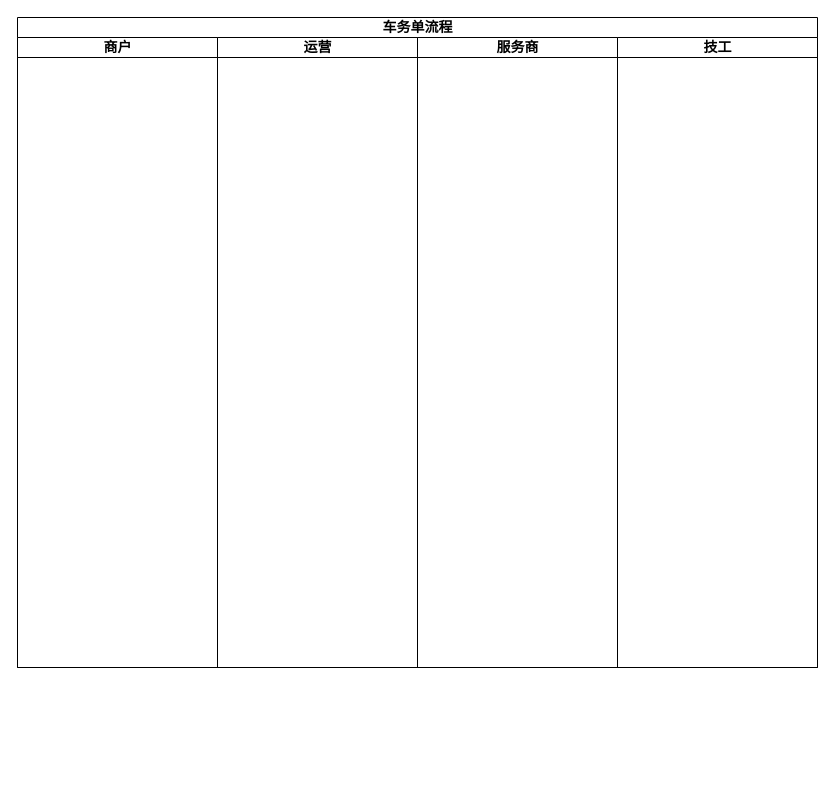
Before: page "包活干-2.0.0" (2 of 2) of diagram-bao_huo_gan.drawio in Woobhurk/tyz-pic-repo, a draw.io diagram. Source tidied: cells renumbered, new cells numbered last; positions are measured from the earlier drawing's top-left corner, leaving out a move shared by most shapes. Both pictures are drawn from the tidied source at 100%, with x=0, y=0 at pixel (17, 17).
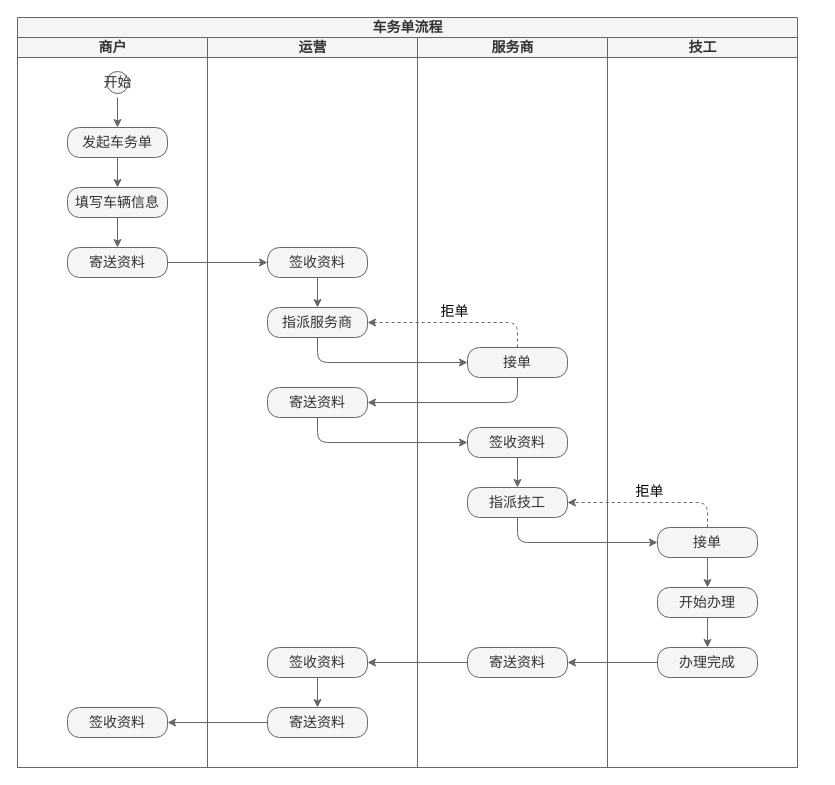
The same page after the edit.

What changed in the source:
```diff
@@
-    <mxCell id="2" value="车务单流程" style="swimlane;html=1;startSize=20;fontSize=14;" parent="1" vertex="1">
-      <mxGeometry width="800" height="650" as="geometry" />
+    <mxCell id="2" value="车务单流程" style="swimlane;html=1;startSize=20;fontSize=14;fillColor=#f5f5f5;strokeColor=#666666;fontColor=#333333;" parent="1" vertex="1">
+      <mxGeometry width="780" height="750" as="geometry" />
     </mxCell>
-    <mxCell id="3" value="商户" style="swimlane;html=1;startSize=20;fontSize=14;" parent="2" vertex="1">
-      <mxGeometry y="20" width="200" height="630" as="geometry" />
+    <mxCell id="3" value="商户" style="swimlane;html=1;startSize=20;fontSize=14;fillColor=#f5f5f5;strokeColor=#666666;fontColor=#333333;" parent="2" vertex="1">
+      <mxGeometry y="20" width="190" height="730" as="geometry" />
     </mxCell>
+    <mxCell id="7" style="html=1;verticalAlign=bottom;endArrow=classic;fontSize=14;startArrow=none;startFill=0;endFill=1;edgeStyle=orthogonalEdgeStyle;rounded=1;fillColor=#f5f5f5;strokeColor=#666666;" parent="3" edge="1" source="9" target="8">
+      <mxGeometry relative="1" as="geometry" />
+    </mxCell>
+    <mxCell id="8" value="发起车务单" style="rounded=1;whiteSpace=wrap;html=1;arcSize=40;sketch=0;fontSize=14;fillColor=#f5f5f5;strokeColor=#666666;fontColor=#333333;" parent="3" vertex="1">
+      <mxGeometry x="50" y="90" width="100" height="30" as="geometry" />
+    </mxCell>
+    <mxCell id="9" value="开始" style="ellipse;html=1;shape=startState;rounded=0;sketch=0;fontSize=14;fillColor=#f5f5f5;strokeColor=#666666;fontColor=#333333;" parent="3" vertex="1">
+      <mxGeometry x="85" y="30" width="30" height="30" as="geometry" />
+    </mxCell>
+    <mxCell id="10" style="edgeStyle=orthogonalEdgeStyle;rounded=1;sketch=0;jettySize=auto;html=1;startArrow=none;startFill=0;endArrow=classic;endFill=1;fontSize=14;fillColor=#f5f5f5;strokeColor=#666666;" parent="3" edge="1" source="8" target="12">
+      <mxGeometry relative="1" as="geometry" />
+    </mxCell>
+    <mxCell id="11" style="edgeStyle=orthogonalEdgeStyle;rounded=1;sketch=0;jettySize=auto;html=1;exitX=0.5;exitY=1;exitDx=0;exitDy=0;entryX=0.5;entryY=0;entryDx=0;entryDy=0;startArrow=none;startFill=0;endArrow=classic;endFill=1;fontSize=14;fillColor=#f5f5f5;strokeColor=#666666;" parent="3" edge="1" source="12" target="13">
+      <mxGeometry relative="1" as="geometry" />
+    </mxCell>
+    <mxCell id="12" value="填写车辆信息" style="rounded=1;whiteSpace=wrap;html=1;arcSize=40;sketch=0;fontSize=14;fillColor=#f5f5f5;strokeColor=#666666;fontColor=#333333;" parent="3" vertex="1">
+      <mxGeometry x="50" y="150" width="100" height="30" as="geometry" />
+    </mxCell>
+    <mxCell id="13" value="寄送资料" style="rounded=1;whiteSpace=wrap;html=1;arcSize=40;sketch=0;fontSize=14;fillColor=#f5f5f5;strokeColor=#666666;fontColor=#333333;" parent="3" vertex="1">
+      <mxGeometry x="50" y="210" width="100" height="30" as="geometry" />
+    </mxCell>
+    <mxCell id="14" value="签收资料" style="whiteSpace=wrap;html=1;rounded=1;fontSize=14;arcSize=40;sketch=0;fillColor=#f5f5f5;strokeColor=#666666;fontColor=#333333;" parent="3" vertex="1">
+      <mxGeometry x="50" y="670" width="100" height="30" as="geometry" />
+    </mxCell>
-    <mxCell id="4" value="运营" style="swimlane;html=1;startSize=20;fontSize=14;" parent="2" vertex="1">
-      <mxGeometry x="200" y="20" width="200" height="630" as="geometry" />
+    <mxCell id="4" value="运营" style="swimlane;html=1;startSize=20;fontSize=14;fillColor=#f5f5f5;strokeColor=#666666;fontColor=#333333;" parent="2" vertex="1">
+      <mxGeometry x="190" y="20" width="210" height="730" as="geometry" />
     </mxCell>
+    <mxCell id="15" value="指派服务商" style="rounded=1;whiteSpace=wrap;html=1;arcSize=40;sketch=0;fontSize=14;fillColor=#f5f5f5;strokeColor=#666666;fontColor=#333333;" parent="4" vertex="1">
+      <mxGeometry x="60" y="270" width="100" height="30" as="geometry" />
+    </mxCell>
+    <mxCell id="16" value="签收资料" style="rounded=1;whiteSpace=wrap;html=1;arcSize=40;sketch=0;fontSize=14;fillColor=#f5f5f5;strokeColor=#666666;fontColor=#333333;" parent="4" vertex="1">
+      <mxGeometry x="60" y="210" width="100" height="30" as="geometry" />
+    </mxCell>
+    <mxCell id="17" style="html=1;verticalAlign=bottom;endArrow=classic;fontSize=14;startArrow=none;startFill=0;endFill=1;edgeStyle=orthogonalEdgeStyle;rounded=1;fillColor=#f5f5f5;strokeColor=#666666;" parent="4" edge="1" source="16" target="15">
+      <mxGeometry relative="1" as="geometry" />
+    </mxCell>
+    <mxCell id="18" value="寄送资料" style="whiteSpace=wrap;html=1;rounded=1;fontSize=14;arcSize=40;sketch=0;fillColor=#f5f5f5;strokeColor=#666666;fontColor=#333333;" parent="4" vertex="1">
+      <mxGeometry x="60" y="350" width="100" height="30" as="geometry" />
+    </mxCell>
+    <mxCell id="19" value="签收资料" style="whiteSpace=wrap;html=1;rounded=1;fontSize=14;arcSize=40;sketch=0;fillColor=#f5f5f5;strokeColor=#666666;fontColor=#333333;" parent="4" vertex="1">
+      <mxGeometry x="60" y="610" width="100" height="30" as="geometry" />
+    </mxCell>
+    <mxCell id="20" style="edgeStyle=orthogonalEdgeStyle;rounded=1;sketch=0;jettySize=auto;html=1;startArrow=none;startFill=0;endArrow=classic;endFill=1;fontSize=14;fillColor=#f5f5f5;strokeColor=#666666;" parent="4" edge="1" source="19" target="21">
+      <mxGeometry relative="1" as="geometry" />
+    </mxCell>
+    <mxCell id="21" value="寄送资料" style="whiteSpace=wrap;html=1;rounded=1;fontSize=14;arcSize=40;sketch=0;fillColor=#f5f5f5;strokeColor=#666666;fontColor=#333333;" parent="4" vertex="1">
+      <mxGeometry x="60" y="670" width="100" height="30" as="geometry" />
+    </mxCell>
+    <mxCell id="22" style="rounded=1;sketch=0;jettySize=auto;html=1;fontSize=14;startArrow=none;startFill=0;endArrow=classic;endFill=1;edgeStyle=orthogonalEdgeStyle;entryX=0;entryY=0.5;entryDx=0;entryDy=0;exitX=0.5;exitY=1;exitDx=0;exitDy=0;fillColor=#f5f5f5;strokeColor=#666666;verticalAlign=bottom;" parent="2" edge="1" source="15" target="32">
+      <mxGeometry relative="1" as="geometry" />
+    </mxCell>
+    <mxCell id="23" style="edgeStyle=orthogonalEdgeStyle;rounded=1;sketch=0;jettySize=auto;html=1;startArrow=none;startFill=0;endArrow=classic;endFill=1;fontSize=14;exitX=0.5;exitY=1;exitDx=0;exitDy=0;entryX=0;entryY=0.5;entryDx=0;entryDy=0;fillColor=#f5f5f5;strokeColor=#666666;verticalAlign=bottom;" parent="2" edge="1" source="33" target="36">
+      <mxGeometry relative="1" as="geometry" />
+    </mxCell>
+    <mxCell id="24" style="edgeStyle=orthogonalEdgeStyle;rounded=1;sketch=0;jettySize=auto;html=1;startArrow=none;startFill=0;endArrow=classic;endFill=1;fontSize=14;exitX=0.5;exitY=1;exitDx=0;exitDy=0;entryX=1;entryY=0.5;entryDx=0;entryDy=0;fillColor=#f5f5f5;strokeColor=#666666;verticalAlign=bottom;" parent="2" edge="1" source="32" target="18">
+      <mxGeometry relative="1" as="geometry" />
+    </mxCell>
+    <mxCell id="25" style="edgeStyle=orthogonalEdgeStyle;rounded=1;sketch=0;jettySize=auto;html=1;startArrow=none;startFill=0;endArrow=classic;endFill=1;fontSize=14;entryX=0;entryY=0.5;entryDx=0;entryDy=0;exitX=0.5;exitY=1;exitDx=0;exitDy=0;fillColor=#f5f5f5;strokeColor=#666666;verticalAlign=bottom;" parent="2" edge="1" source="18" target="31">
+      <mxGeometry relative="1" as="geometry" />
+    </mxCell>
+    <mxCell id="26" value="拒单" style="edgeStyle=orthogonalEdgeStyle;rounded=1;sketch=0;jettySize=auto;html=1;exitX=0.5;exitY=0;exitDx=0;exitDy=0;entryX=1;entryY=0.5;entryDx=0;entryDy=0;startArrow=none;startFill=0;endArrow=classic;endFill=1;fontSize=14;fillColor=#f5f5f5;strokeColor=#666666;dashed=1;verticalAlign=bottom;" parent="2" edge="1" source="32" target="15">
+      <mxGeometry relative="1" as="geometry" />
+    </mxCell>
+    <mxCell id="27" value="拒单" style="edgeStyle=orthogonalEdgeStyle;rounded=1;sketch=0;jettySize=auto;html=1;exitX=0.5;exitY=0;exitDx=0;exitDy=0;entryX=1;entryY=0.5;entryDx=0;entryDy=0;startArrow=none;startFill=0;endArrow=classic;endFill=1;fontSize=14;fillColor=#f5f5f5;strokeColor=#666666;dashed=1;verticalAlign=bottom;" parent="2" edge="1" source="36" target="33">
+      <mxGeometry relative="1" as="geometry" />
+    </mxCell>
+    <mxCell id="28" style="edgeStyle=orthogonalEdgeStyle;rounded=1;sketch=0;jettySize=auto;html=1;startArrow=none;startFill=0;endArrow=classic;endFill=1;fontSize=14;fillColor=#f5f5f5;strokeColor=#666666;verticalAlign=bottom;" parent="2" edge="1" source="40" target="30">
+      <mxGeometry relative="1" as="geometry" />
+    </mxCell>
-    <mxCell id="5" value="服务商" style="swimlane;html=1;startSize=20;fontSize=14;" parent="2" vertex="1">
-      <mxGeometry x="400" y="20" width="200" height="630" as="geometry" />
+    <mxCell id="5" value="服务商" style="swimlane;html=1;startSize=20;fontSize=14;fillColor=#f5f5f5;strokeColor=#666666;fontColor=#333333;" parent="2" vertex="1">
+      <mxGeometry x="400" y="20" width="190" height="730" as="geometry" />
     </mxCell>
+    <mxCell id="29" style="edgeStyle=orthogonalEdgeStyle;rounded=1;sketch=0;jettySize=auto;html=1;exitX=0.5;exitY=1;exitDx=0;exitDy=0;startArrow=none;startFill=0;endArrow=classic;endFill=1;fontSize=14;fillColor=#f5f5f5;strokeColor=#666666;verticalAlign=bottom;" parent="5" edge="1" source="31" target="33">
+      <mxGeometry relative="1" as="geometry" />
+    </mxCell>
+    <mxCell id="30" value="寄送资料" style="whiteSpace=wrap;html=1;rounded=1;fontSize=14;arcSize=40;sketch=0;fillColor=#f5f5f5;strokeColor=#666666;fontColor=#333333;" parent="5" vertex="1">
+      <mxGeometry x="50" y="610" width="100" height="30" as="geometry" />
+    </mxCell>
+    <mxCell id="31" value="签收资料" style="whiteSpace=wrap;html=1;rounded=1;fontSize=14;arcSize=40;sketch=0;fillColor=#f5f5f5;strokeColor=#666666;fontColor=#333333;" parent="5" vertex="1">
+      <mxGeometry x="50" y="390" width="100" height="30" as="geometry" />
+    </mxCell>
+    <mxCell id="32" value="接单" style="whiteSpace=wrap;html=1;rounded=1;fontSize=14;arcSize=40;sketch=0;fillColor=#f5f5f5;strokeColor=#666666;fontColor=#333333;" parent="5" vertex="1">
+      <mxGeometry x="50" y="310" width="100" height="30" as="geometry" />
+    </mxCell>
+    <mxCell id="33" value="指派技工" style="whiteSpace=wrap;html=1;rounded=1;fontSize=14;arcSize=40;sketch=0;fillColor=#f5f5f5;strokeColor=#666666;fontColor=#333333;" parent="5" vertex="1">
+      <mxGeometry x="50" y="450" width="100" height="30" as="geometry" />
+    </mxCell>
+    <mxCell id="34" style="edgeStyle=orthogonalEdgeStyle;rounded=1;sketch=0;jettySize=auto;html=1;startArrow=none;startFill=0;endArrow=classic;endFill=1;fontSize=14;fillColor=#f5f5f5;strokeColor=#666666;verticalAlign=bottom;" parent="2" edge="1" source="30" target="19">
+      <mxGeometry relative="1" as="geometry" />
+    </mxCell>
+    <mxCell id="35" style="edgeStyle=orthogonalEdgeStyle;rounded=1;sketch=0;jettySize=auto;html=1;startArrow=none;startFill=0;endArrow=classic;endFill=1;fontSize=14;fillColor=#f5f5f5;strokeColor=#666666;" parent="2" edge="1" source="21" target="14">
+      <mxGeometry relative="1" as="geometry" />
+    </mxCell>
-    <mxCell id="6" value="技工" style="swimlane;html=1;startSize=20;fontSize=14;" parent="2" vertex="1">
-      <mxGeometry x="600" y="20" width="200" height="630" as="geometry" />
+    <mxCell id="6" value="技工" style="swimlane;html=1;startSize=20;fontSize=14;fillColor=#f5f5f5;strokeColor=#666666;fontColor=#333333;" parent="2" vertex="1">
+      <mxGeometry x="590" y="20" width="190" height="730" as="geometry" />
     </mxCell>
+    <mxCell id="36" value="接单" style="whiteSpace=wrap;html=1;rounded=1;fontSize=14;arcSize=40;sketch=0;fillColor=#f5f5f5;strokeColor=#666666;fontColor=#333333;" parent="6" vertex="1">
+      <mxGeometry x="50" y="490" width="100" height="30" as="geometry" />
+    </mxCell>
+    <mxCell id="37" style="edgeStyle=orthogonalEdgeStyle;rounded=1;sketch=0;jettySize=auto;html=1;startArrow=none;startFill=0;endArrow=classic;endFill=1;fontSize=14;fillColor=#f5f5f5;strokeColor=#666666;verticalAlign=bottom;" parent="6" edge="1" source="36" target="39">
+      <mxGeometry relative="1" as="geometry" />
+    </mxCell>
+    <mxCell id="38" style="edgeStyle=orthogonalEdgeStyle;rounded=1;sketch=0;jettySize=auto;html=1;startArrow=none;startFill=0;endArrow=classic;endFill=1;fontSize=14;fillColor=#f5f5f5;strokeColor=#666666;verticalAlign=bottom;" parent="6" edge="1" source="39" target="40">
+      <mxGeometry relative="1" as="geometry" />
+    </mxCell>
+    <mxCell id="39" value="开始办理" style="whiteSpace=wrap;html=1;rounded=1;fontSize=14;arcSize=40;sketch=0;fillColor=#f5f5f5;strokeColor=#666666;fontColor=#333333;" parent="6" vertex="1">
+      <mxGeometry x="50" y="550" width="100" height="30" as="geometry" />
+    </mxCell>
+    <mxCell id="40" value="办理完成" style="whiteSpace=wrap;html=1;rounded=1;fontSize=14;arcSize=40;sketch=0;fillColor=#f5f5f5;strokeColor=#666666;fontColor=#333333;" parent="6" vertex="1">
+      <mxGeometry x="50" y="610" width="100" height="30" as="geometry" />
+    </mxCell>
+    <mxCell id="41" style="html=1;verticalAlign=bottom;endArrow=classic;fontSize=14;startArrow=none;startFill=0;endFill=1;edgeStyle=orthogonalEdgeStyle;rounded=1;fillColor=#f5f5f5;strokeColor=#666666;" parent="2" edge="1" source="13" target="16">
+      <mxGeometry relative="1" as="geometry" />
+    </mxCell>
```
